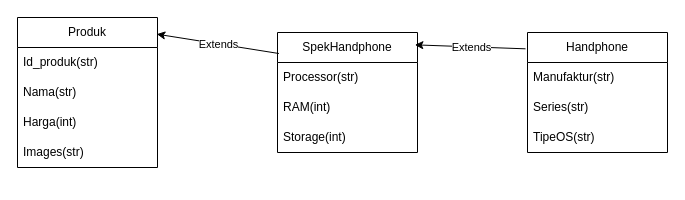
Before: Rancangan/TokoElektronik.drawio in FakhriRizkianaG/TP2DPBO2425C1, a draw.io diagram. Source tidied: cells renumbered, new cells numbered last; positions are measured from the earlier drawing's top-left corner, leaving out a move shared by most shapes. Both pictures are drawn from the tidied source at 100%, with x=0, y=0 at pixel (17, 17).
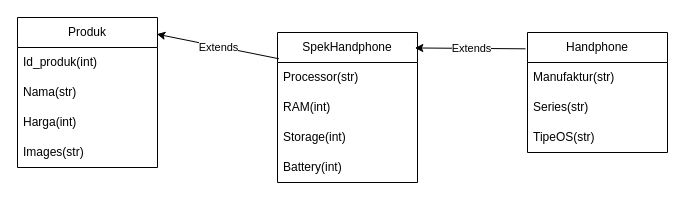
The same page after the edit.

Change to the diagram source:
```diff
@@
 <mxGraphModel>
   <root>
     <mxCell id="0" />
     <mxCell id="1" parent="0" />
     <mxCell id="2" value="Handphone" style="swimlane;fontStyle=0;horizontal=1;startSize=30;whiteSpace=wrap;html=1;" parent="1" vertex="1">
       <mxGeometry x="510" y="15" width="140" height="120" as="geometry" />
     </mxCell>
     <mxCell id="3" value="Manufaktur(str)" style="text;strokeColor=none;fillColor=none;align=left;verticalAlign=middle;spacingLeft=4;spacingRight=4;overflow=hidden;whiteSpace=wrap;html=1;" parent="2" vertex="1">
       <mxGeometry y="30" width="140" height="30" as="geometry" />
     </mxCell>
     <mxCell id="4" value="Series(str)" style="text;strokeColor=none;fillColor=none;align=left;verticalAlign=middle;spacingLeft=4;spacingRight=4;overflow=hidden;whiteSpace=wrap;html=1;" parent="2" vertex="1">
       <mxGeometry y="60" width="140" height="30" as="geometry" />
     </mxCell>
     <mxCell id="5" value="TipeOS(str)" style="text;strokeColor=none;fillColor=none;align=left;verticalAlign=middle;spacingLeft=4;spacingRight=4;overflow=hidden;whiteSpace=wrap;html=1;" parent="2" vertex="1">
       <mxGeometry y="90" width="140" height="30" as="geometry" />
     </mxCell>
     <mxCell id="6" value="SpekHandphone" style="swimlane;fontStyle=0;horizontal=1;startSize=30;whiteSpace=wrap;html=1;" parent="1" vertex="1">
-      <mxGeometry x="260" y="15" width="140" height="120" as="geometry" />
+      <mxGeometry x="260" y="15" width="140" height="150" as="geometry" />
     </mxCell>
     <mxCell id="7" value="Processor(str)" style="text;strokeColor=none;fillColor=none;align=left;verticalAlign=middle;spacingLeft=4;spacingRight=4;overflow=hidden;whiteSpace=wrap;html=1;" parent="6" vertex="1">
       <mxGeometry y="30" width="140" height="30" as="geometry" />
     </mxCell>
     <mxCell id="8" value="RAM(int)" style="text;strokeColor=none;fillColor=none;align=left;verticalAlign=middle;spacingLeft=4;spacingRight=4;overflow=hidden;whiteSpace=wrap;html=1;" parent="6" vertex="1">
       <mxGeometry y="60" width="140" height="30" as="geometry" />
     </mxCell>
     <mxCell id="9" value="Storage(int)" style="text;strokeColor=none;fillColor=none;align=left;verticalAlign=middle;spacingLeft=4;spacingRight=4;overflow=hidden;whiteSpace=wrap;html=1;" parent="6" vertex="1">
       <mxGeometry y="90" width="140" height="30" as="geometry" />
     </mxCell>
+    <mxCell id="19" value="Battery(int)" style="text;strokeColor=none;fillColor=none;align=left;verticalAlign=middle;spacingLeft=4;spacingRight=4;overflow=hidden;whiteSpace=wrap;html=1;" parent="6" vertex="1">
+      <mxGeometry y="120" width="140" height="30" as="geometry" />
+    </mxCell>
     <mxCell id="10" value="Produk" style="swimlane;fontStyle=0;horizontal=1;startSize=30;whiteSpace=wrap;html=1;" parent="1" vertex="1">
       <mxGeometry width="140" height="150" as="geometry" />
     </mxCell>
-    <mxCell id="11" value="Id_produk(str)" style="text;strokeColor=none;fillColor=none;align=left;verticalAlign=middle;spacingLeft=4;spacingRight=4;overflow=hidden;whiteSpace=wrap;html=1;" parent="10" vertex="1">
+    <mxCell id="11" value="Id_produk(int)" style="text;strokeColor=none;fillColor=none;align=left;verticalAlign=middle;spacingLeft=4;spacingRight=4;overflow=hidden;whiteSpace=wrap;html=1;" parent="10" vertex="1">
       <mxGeometry y="30" width="140" height="30" as="geometry" />
     </mxCell>
     <mxCell id="12" value="Nama(str)" style="text;strokeColor=none;fillColor=none;align=left;verticalAlign=middle;spacingLeft=4;spacingRight=4;overflow=hidden;whiteSpace=wrap;html=1;" parent="10" vertex="1">
       <mxGeometry y="60" width="140" height="30" as="geometry" />
     </mxCell>
     <mxCell id="13" value="Harga(int)" style="text;strokeColor=none;fillColor=none;align=left;verticalAlign=middle;spacingLeft=4;spacingRight=4;overflow=hidden;whiteSpace=wrap;html=1;" parent="10" vertex="1">
       <mxGeometry y="90" width="140" height="30" as="geometry" />
     </mxCell>
     <mxCell id="14" value="Images(str)" style="text;strokeColor=none;fillColor=none;align=left;verticalAlign=middle;spacingLeft=4;spacingRight=4;overflow=hidden;whiteSpace=wrap;html=1;" parent="10" vertex="1">
       <mxGeometry y="120" width="140" height="30" as="geometry" />
     </mxCell>
     <mxCell id="15" style="endArrow=classic;html=1;rounded=0;entryX=0.995;entryY=0.111;entryDx=0;entryDy=0;entryPerimeter=0;exitX=0.01;exitY=0.175;exitDx=0;exitDy=0;exitPerimeter=0;" parent="1" edge="1" source="6" target="10">
       <mxGeometry relative="1" as="geometry" />
     </mxCell>
     <mxCell id="16" value="Extends" style="edgeLabel;html=1;align=center;verticalAlign=middle;" parent="15" vertex="1">
       <mxGeometry relative="1" as="geometry" />
     </mxCell>
     <mxCell id="17" style="endArrow=classic;html=1;rounded=0;entryX=0.981;entryY=0.103;entryDx=0;entryDy=0;exitX=-0.014;exitY=0.136;exitDx=0;exitDy=0;entryPerimeter=0;exitPerimeter=0;" parent="1" edge="1" source="2" target="6">
       <mxGeometry relative="1" as="geometry" />
     </mxCell>
     <mxCell id="18" value="Extends" style="edgeLabel;html=1;align=center;verticalAlign=middle;" parent="17" vertex="1">
       <mxGeometry relative="1" as="geometry" />
     </mxCell>
   </root>
 </mxGraphModel>
```
